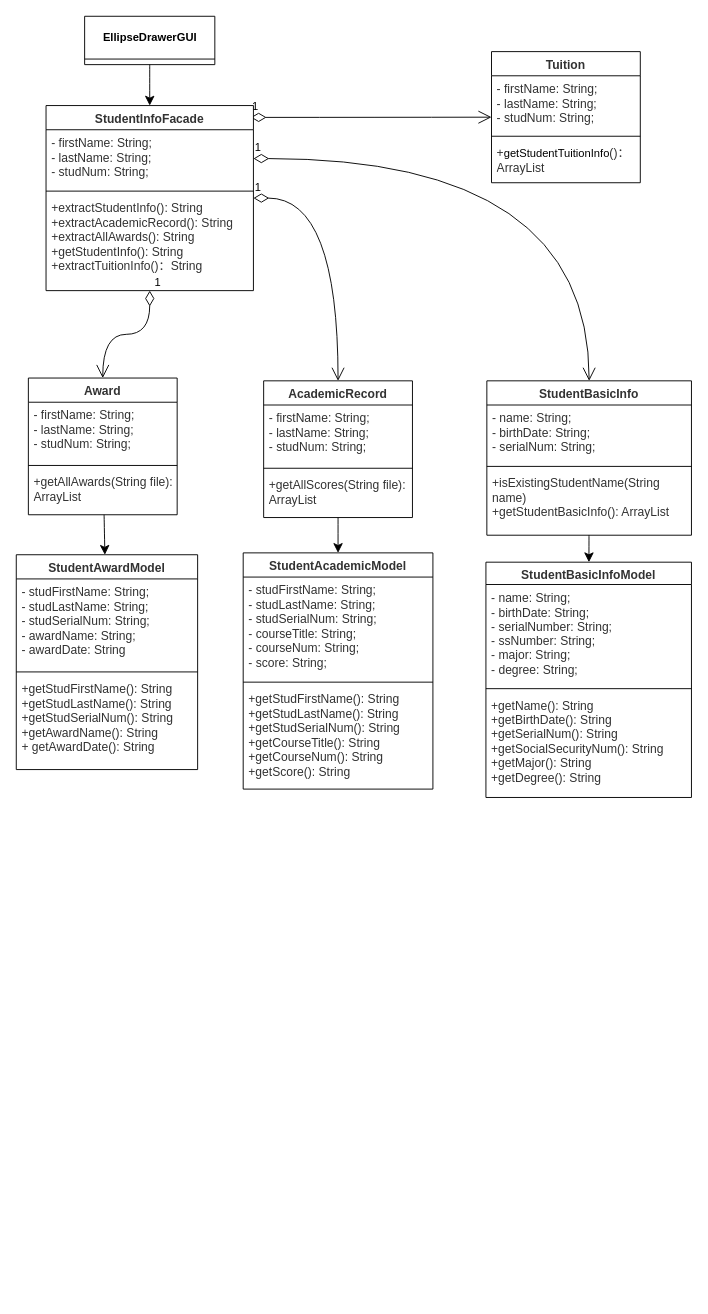
Before: page "第 2 页" (2 of 3) of 数据流图.drawio in zhaoziyihbuas/software, a draw.io diagram. Source tidied: cells renumbered, new cells numbered last; positions are measured from the earlier drawing's top-left corner, leaving out a move shared by most shapes. Both pictures are drawn from the tidied source at 93%, with x=0, y=0 at pixel (16, 16).
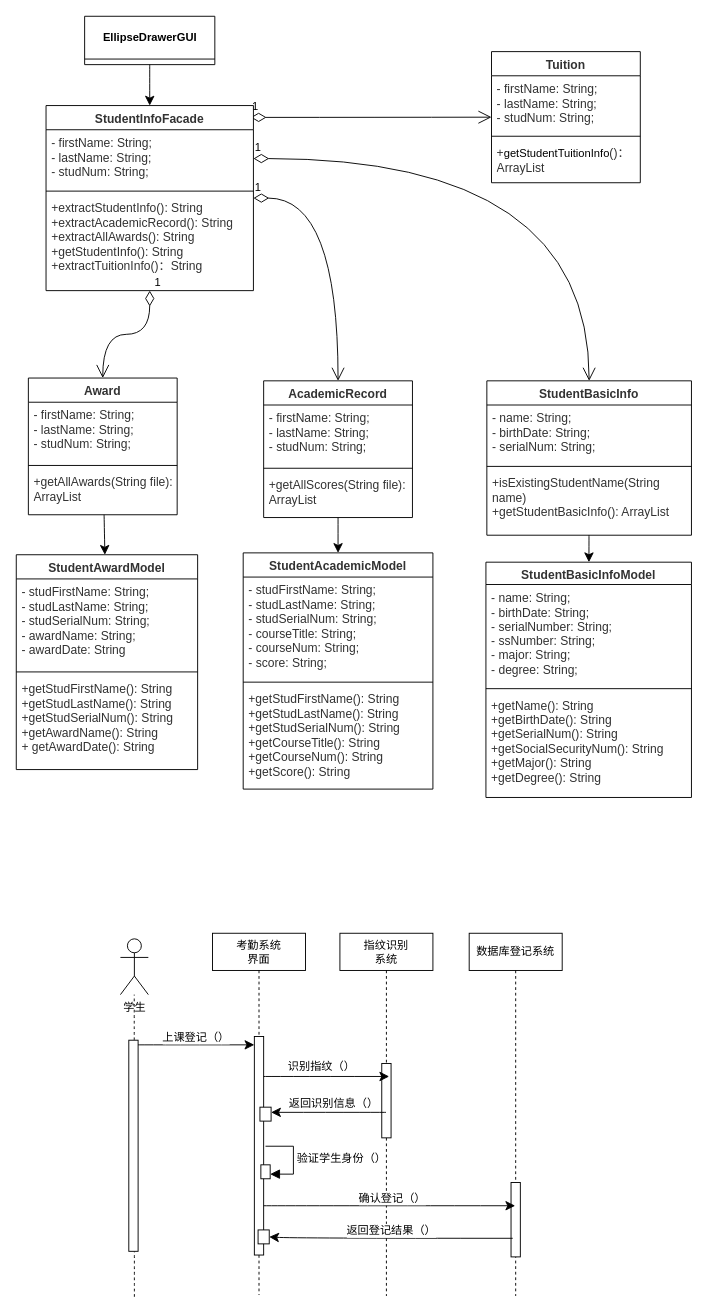
The same diagram, later.

Commit message:
更新数据流图.drawio

Change to the diagram source:
```diff
@@
+    <mxCell id="43" value="学生" style="shape=umlActor;verticalLabelPosition=bottom;verticalAlign=top;html=1;outlineConnect=0;" parent="1" vertex="1">
+      <mxGeometry x="112" y="992" width="30" height="60" as="geometry" />
+    </mxCell>
+    <mxCell id="44" style="endArrow=none;dashed=1;html=1;rounded=0;fontSize=12;startSize=8;endSize=8;curved=1;" parent="1" edge="1" source="54" target="43">
+      <mxGeometry relative="1" as="geometry" />
+    </mxCell>
+    <mxCell id="45" value="考勤系统&lt;div&gt;界面&lt;/div&gt;" style="shape=umlLifeline;perimeter=lifelinePerimeter;whiteSpace=wrap;html=1;newEdgeStyle={&quot;curved&quot;:0,&quot;rounded&quot;:0};" parent="1" vertex="1">
+      <mxGeometry x="211" y="986" width="100" height="389" as="geometry" />
+    </mxCell>
+    <mxCell id="46" style="html=1;points=[[0,0,0,0,5],[0,1,0,0,-5],[1,0,0,0,5],[1,1,0,0,-5]];perimeter=orthogonalPerimeter;outlineConnect=0;targetShapes=umlLifeline;portConstraint=eastwest;newEdgeStyle={&quot;curved&quot;:0,&quot;rounded&quot;:0};" parent="45" vertex="1">
+      <mxGeometry x="45" y="111" width="10" height="235" as="geometry" />
+    </mxCell>
+    <mxCell id="47" style="html=1;points=[[0,0,0,0,5],[0,1,0,0,-5],[1,0,0,0,5],[1,1,0,0,-5]];perimeter=orthogonalPerimeter;outlineConnect=0;targetShapes=umlLifeline;portConstraint=eastwest;newEdgeStyle={&quot;curved&quot;:0,&quot;rounded&quot;:0};" parent="45" vertex="1">
+      <mxGeometry x="52" y="249" width="10" height="15" as="geometry" />
+    </mxCell>
+    <mxCell id="48" value="验证学生身份（）" style="html=1;align=left;spacingLeft=2;endArrow=block;rounded=0;edgeStyle=orthogonalEdgeStyle;curved=0;rounded=0;fontSize=12;startSize=8;endSize=8;" parent="45" edge="1" target="47">
+      <mxGeometry relative="1" as="geometry">
+        <mxPoint x="57" y="229" as="sourcePoint" />
+        <Array as="points">
+          <mxPoint x="87" y="259" />
+        </Array>
+      </mxGeometry>
+    </mxCell>
+    <mxCell id="49" value="指纹识别&lt;div&gt;系统&lt;/div&gt;" style="shape=umlLifeline;perimeter=lifelinePerimeter;whiteSpace=wrap;html=1;outlineConnect=0;portConstraint=eastwest;newEdgeStyle={&quot;curved&quot;:0,&quot;rounded&quot;:0};" parent="1" vertex="1">
+      <mxGeometry x="348" y="986" width="100" height="390" as="geometry" />
+    </mxCell>
+    <mxCell id="50" style="html=1;perimeter=orthogonalPerimeter;targetShapes=umlLifeline;newEdgeStyle={&quot;curved&quot;:0,&quot;rounded&quot;:0};" parent="49" vertex="1">
+      <mxGeometry x="45" y="140" width="10" height="80" as="geometry" />
+    </mxCell>
+    <mxCell id="51" value="数据库登记系统" style="shape=umlLifeline;perimeter=lifelinePerimeter;whiteSpace=wrap;html=1;newEdgeStyle={&quot;curved&quot;:0,&quot;rounded&quot;:0};" parent="1" vertex="1">
+      <mxGeometry x="487" y="986" width="100" height="390" as="geometry" />
+    </mxCell>
+    <mxCell id="52" style="html=1;perimeter=orthogonalPerimeter;targetShapes=umlLifeline;newEdgeStyle={&quot;curved&quot;:0,&quot;rounded&quot;:0};" parent="51" vertex="1">
+      <mxGeometry x="45" y="268" width="10" height="80" as="geometry" />
+    </mxCell>
+    <mxCell id="53" style="endArrow=none;dashed=1;html=1;rounded=0;fontSize=12;startSize=8;endSize=8;curved=1;" parent="1" edge="1" target="54">
+      <mxGeometry relative="1" as="geometry">
+        <mxPoint x="127" y="1377" as="sourcePoint" />
+      </mxGeometry>
+    </mxCell>
+    <mxCell id="54" style="html=1;points=[[0,0,0,0,5],[0,1,0,0,-5],[1,0,0,0,5],[1,1,0,0,-5]];perimeter=orthogonalPerimeter;outlineConnect=0;targetShapes=umlLifeline;portConstraint=eastwest;newEdgeStyle={&quot;curved&quot;:0,&quot;rounded&quot;:0};" parent="1" vertex="1">
+      <mxGeometry x="121" y="1101" width="10" height="227" as="geometry" />
+    </mxCell>
+    <mxCell id="55" style="endArrow=classic;html=1;rounded=0;fontSize=12;startSize=8;endSize=8;curved=1;exitX=1;exitY=0;exitDx=0;exitDy=5;exitPerimeter=0;" parent="1" edge="1" source="54" target="46">
+      <mxGeometry relative="1" as="geometry" />
+    </mxCell>
+    <mxCell id="56" value="上课登记（）" style="edgeLabel;html=1;align=center;verticalAlign=middle;fontSize=12;" parent="55" vertex="1">
+      <mxGeometry x="0.09" y="4" relative="1" as="geometry">
+        <mxPoint x="-7" y="-5" as="offset" />
+      </mxGeometry>
+    </mxCell>
+    <mxCell id="57" style="endArrow=classic;html=1;rounded=0;fontSize=12;startSize=8;endSize=8;curved=1;" parent="1" edge="1" source="46">
+      <mxGeometry relative="1" as="geometry">
+        <mxPoint x="401" y="1140" as="targetPoint" />
+      </mxGeometry>
+    </mxCell>
+    <mxCell id="58" value="识别指纹（）" style="edgeLabel;html=1;align=center;verticalAlign=middle;fontSize=12;" parent="57" vertex="1">
+      <mxGeometry x="-0.11" y="1" relative="1" as="geometry">
+        <mxPoint x="1" y="-10" as="offset" />
+      </mxGeometry>
+    </mxCell>
+    <mxCell id="59" style="endArrow=classic;html=1;rounded=0;fontSize=12;startSize=8;endSize=8;curved=1;" parent="1" edge="1">
+      <mxGeometry relative="1" as="geometry">
+        <mxPoint x="266" y="1279" as="sourcePoint" />
+        <mxPoint x="536.5" y="1279" as="targetPoint" />
+        <Array as="points">
+          <mxPoint x="285.5" y="1279" />
+        </Array>
+      </mxGeometry>
+    </mxCell>
+    <mxCell id="60" value="确认登记（）" style="edgeLabel;html=1;align=center;verticalAlign=middle;fontSize=12;" parent="59" vertex="1">
+      <mxGeometry x="0.01" y="9" relative="1" as="geometry" />
+    </mxCell>
+    <mxCell id="61" style="endArrow=classic;html=1;rounded=0;fontSize=12;startSize=8;endSize=8;curved=1;entryX=1;entryY=0.372;entryDx=0;entryDy=0;entryPerimeter=0;" parent="1" edge="1" source="49" target="63">
+      <mxGeometry relative="1" as="geometry" />
+    </mxCell>
+    <mxCell id="62" value="返回识别信息（）" style="edgeLabel;html=1;align=center;verticalAlign=middle;fontSize=12;" parent="61" vertex="1">
+      <mxGeometry x="-0.11" y="1" relative="1" as="geometry">
+        <mxPoint x="-2" y="-11" as="offset" />
+      </mxGeometry>
+    </mxCell>
+    <mxCell id="63" style="rounded=0;whiteSpace=wrap;html=1;" parent="1" vertex="1">
+      <mxGeometry x="262" y="1173" width="12" height="15" as="geometry" />
+    </mxCell>
+    <mxCell id="64" style="endArrow=classic;html=1;rounded=0;fontSize=12;startSize=8;endSize=8;curved=1;entryX=1;entryY=0.5;entryDx=0;entryDy=0;" parent="1" edge="1" target="66">
+      <mxGeometry relative="1" as="geometry">
+        <mxPoint x="533.8" y="1314" as="sourcePoint" />
+        <Array as="points">
+          <mxPoint x="297.2" y="1314" />
+        </Array>
+      </mxGeometry>
+    </mxCell>
+    <mxCell id="65" value="返回登记结果（）" style="edgeLabel;html=1;align=center;verticalAlign=middle;fontSize=12;" parent="64" vertex="1">
+      <mxGeometry x="0.1" relative="1" as="geometry">
+        <mxPoint x="13" y="-9" as="offset" />
+      </mxGeometry>
+    </mxCell>
+    <mxCell id="66" style="rounded=0;whiteSpace=wrap;html=1;" parent="1" vertex="1">
+      <mxGeometry x="260" y="1305" width="12" height="15" as="geometry" />
+    </mxCell>
```
